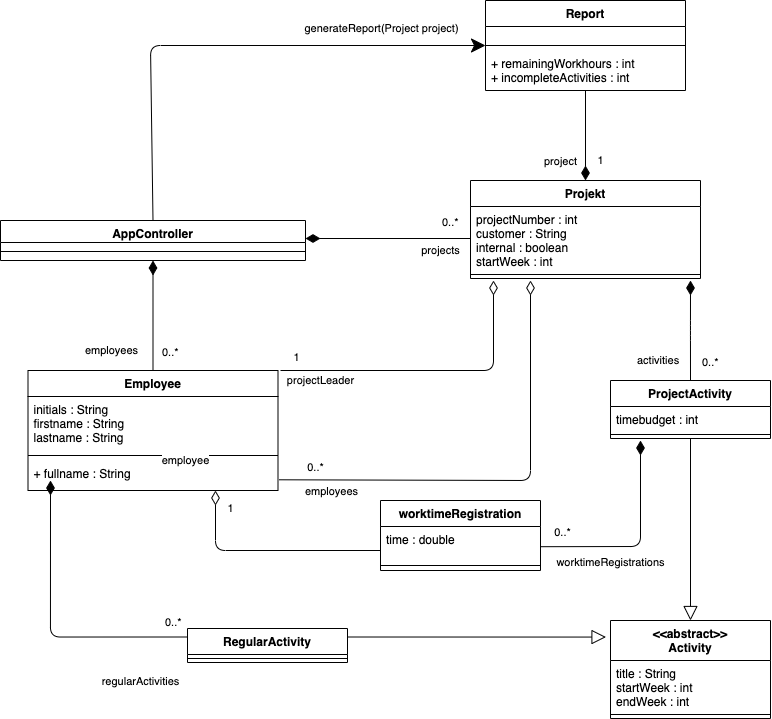
rwiuff/02161ExamProject keeps this draw.io diagram as RequirementsAndDesign/Diagrams/Klassediagram_eng.png. Above is the earlier version. Source tidied: cells renumbered, new cells last; positions are measured from the earlier drawing's top-left corner, leaving out a move shared by most shapes.
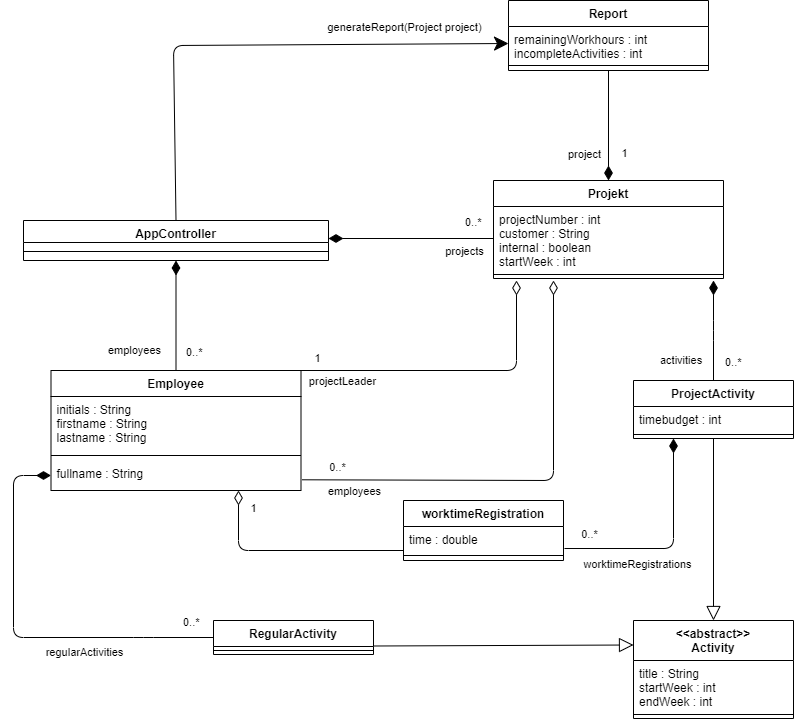
The same file after the commit.

The edit, as a diff of the source:
```diff
@@ -9,17 +9,14 @@
       <mxGeometry y="22" width="305" height="18" as="geometry" />
     </mxCell>
     <mxCell id="4" value="Report" style="swimlane;fontStyle=1;align=center;verticalAlign=top;horizontal=1;startSize=26;" parent="1" vertex="1">
-      <mxGeometry x="485" width="200" height="90" as="geometry" />
+      <mxGeometry x="485" width="200" height="70" as="geometry" />
     </mxCell>
-    <mxCell id="5" value="&#10;" style="text;strokeColor=none;fillColor=none;align=left;verticalAlign=top;spacingLeft=4;spacingRight=4;overflow=hidden;points=[[0,0.5],[1,0.5]];portConstraint=eastwest;" parent="4" vertex="1">
-      <mxGeometry y="26" width="200" height="14" as="geometry" />
+    <mxCell id="5" value="remainingWorkhours : int&#10;incompleteActivities : int" style="text;strokeColor=none;fillColor=none;align=left;verticalAlign=top;spacingLeft=4;spacingRight=4;overflow=hidden;points=[[0,0.5],[1,0.5]];portConstraint=eastwest;" parent="4" vertex="1">
+      <mxGeometry y="26" width="200" height="34" as="geometry" />
     </mxCell>
     <mxCell id="6" style="line;strokeWidth=1;fillColor=none;align=left;verticalAlign=middle;spacingTop=-1;spacingLeft=3;spacingRight=3;labelPosition=right;strokeColor=inherit;" parent="4" vertex="1">
-      <mxGeometry y="40" width="200" height="10" as="geometry" />
+      <mxGeometry y="60" width="200" height="10" as="geometry" />
     </mxCell>
-    <mxCell id="7" value="+ remainingWorkhours : int&#10;+ incompleteActivities : int" style="text;strokeColor=none;fillColor=none;align=left;verticalAlign=top;spacingLeft=4;spacingRight=4;overflow=hidden;" parent="4" vertex="1">
-      <mxGeometry y="50" width="200" height="40" as="geometry" />
-    </mxCell>
     <mxCell id="8" value="Projekt" style="swimlane;fontStyle=1;align=center;verticalAlign=top;horizontal=1;startSize=26;" parent="1" vertex="1">
       <mxGeometry x="470" y="180" width="230" height="98" as="geometry" />
     </mxCell>
@@ -38,12 +35,6 @@
     <mxCell id="13" style="line;strokeWidth=1;fillColor=none;align=left;verticalAlign=middle;spacingTop=-1;spacingLeft=3;spacingRight=3;labelPosition=right;strokeColor=inherit;" parent="11" vertex="1">
       <mxGeometry y="90" width="160" height="8" as="geometry" />
     </mxCell>
-    <mxCell id="14" value="RegularActivity" style="swimlane;fontStyle=1;align=center;verticalAlign=top;horizontal=1;startSize=26;" parent="1" vertex="1">
-      <mxGeometry x="187" y="628" width="160" height="34" as="geometry" />
-    </mxCell>
-    <mxCell id="15" style="line;strokeWidth=1;fillColor=none;align=left;verticalAlign=middle;spacingTop=-1;spacingLeft=3;spacingRight=3;labelPosition=right;strokeColor=inherit;" parent="14" vertex="1">
-      <mxGeometry y="26" width="160" height="8" as="geometry" />
-    </mxCell>
     <mxCell id="16" value="ProjectActivity" style="swimlane;fontStyle=1;align=center;verticalAlign=top;horizontal=1;startSize=26;" parent="1" vertex="1">
       <mxGeometry x="610" y="380" width="160" height="58" as="geometry" />
     </mxCell>
@@ -53,7 +44,7 @@
     <mxCell id="18" style="line;strokeWidth=1;fillColor=none;align=left;verticalAlign=middle;spacingTop=-1;spacingLeft=3;spacingRight=3;labelPosition=right;strokeColor=inherit;" parent="16" vertex="1">
       <mxGeometry y="50" width="160" height="8" as="geometry" />
     </mxCell>
-    <mxCell id="19" style="endArrow=block;endSize=12;endFill=0;html=1;exitX=1;exitY=0.25;exitDx=0;exitDy=0;entryX=-0.028;entryY=0.169;entryDx=0;entryDy=0;entryPerimeter=0;" parent="1" edge="1" source="14" target="11">
+    <mxCell id="19" style="endArrow=block;endSize=12;endFill=0;html=1;exitX=1;exitY=0.75;exitDx=0;exitDy=0;entryX=0;entryY=0.25;entryDx=0;entryDy=0;" parent="1" edge="1" source="14" target="11">
       <mxGeometry relative="1" as="geometry" />
     </mxCell>
     <mxCell id="20" style="endArrow=block;endSize=12;endFill=0;html=1;entryX=0.5;entryY=0;entryDx=0;entryDy=0;exitX=0.5;exitY=1;exitDx=0;exitDy=0;" parent="1" edge="1" source="16" target="11">
@@ -77,20 +68,21 @@
     <mxCell id="24" style="line;strokeWidth=1;fillColor=none;align=left;verticalAlign=middle;spacingTop=-1;spacingLeft=3;spacingRight=3;labelPosition=right;strokeColor=inherit;" parent="22" vertex="1">
       <mxGeometry y="80" width="250" height="10" as="geometry" />
     </mxCell>
-    <mxCell id="25" value="+ fullname : String" style="text;strokeColor=none;fillColor=none;align=left;verticalAlign=top;spacingLeft=4;spacingRight=4;overflow=hidden;points=[[0,0.5],[1,0.5]];portConstraint=eastwest;" parent="22" vertex="1">
+    <mxCell id="25" value="fullname : String" style="text;strokeColor=none;fillColor=none;align=left;verticalAlign=top;spacingLeft=4;spacingRight=4;overflow=hidden;points=[[0,0.5],[1,0.5]];portConstraint=eastwest;" parent="22" vertex="1">
       <mxGeometry y="90" width="250" height="30" as="geometry" />
     </mxCell>
-    <mxCell id="26" value="0..*" style="endArrow=none;html=1;endSize=12;startArrow=diamondThin;startSize=12;startFill=1;edgeStyle=orthogonalEdgeStyle;align=left;verticalAlign=bottom;entryX=0;entryY=0.25;entryDx=0;entryDy=0;endFill=0;" parent="1" edge="1" target="14">
+    <mxCell id="26" value="0..*" style="endArrow=none;html=1;endSize=12;startArrow=diamondThin;startSize=12;startFill=1;edgeStyle=orthogonalEdgeStyle;align=left;verticalAlign=bottom;entryX=0;entryY=0.5;entryDx=0;entryDy=0;endFill=0;exitX=0;exitY=0.5;exitDx=0;exitDy=0;" parent="1" edge="1" source="25" target="14">
       <mxGeometry x="0.84" y="6" relative="1" as="geometry">
-        <mxPoint x="50" y="480" as="sourcePoint" />
         <Array as="points">
-          <mxPoint x="50" y="636" />
+          <mxPoint x="-10" y="475" />
+          <mxPoint x="-10" y="637" />
+          <mxPoint x="120" y="637" />
         </Array>
       </mxGeometry>
     </mxCell>
     <mxCell id="27" value="regularActivities" style="edgeLabel;html=1;align=center;verticalAlign=middle;" parent="26" vertex="1">
       <mxGeometry x="-0.34" y="1" relative="1" as="geometry">
-        <mxPoint x="89" y="104" as="offset" />
+        <mxPoint x="69" y="83" as="offset" />
       </mxGeometry>
     </mxCell>
     <mxCell id="28" style="endArrow=none;endFill=0;html=1;edgeStyle=orthogonalEdgeStyle;align=left;verticalAlign=top;entryX=0.5;entryY=0;entryDx=0;entryDy=0;exitX=0.5;exitY=1;exitDx=0;exitDy=0;startArrow=diamondThin;startFill=1;startSize=12;endSize=12;" parent="1" edge="1" source="2" target="22">
@@ -143,9 +135,8 @@
         <mxPoint x="-102" y="-13" as="offset" />
       </mxGeometry>
     </mxCell>
-    <mxCell id="38" style="endArrow=diamondThin;html=1;startSize=12;endSize=12;startArrow=none;startFill=0;endFill=0;" parent="1" edge="1">
+    <mxCell id="38" style="endArrow=diamondThin;html=1;startSize=12;endSize=12;startArrow=none;startFill=0;endFill=0;exitX=1;exitY=0;exitDx=0;exitDy=0;" parent="1" edge="1" source="22">
       <mxGeometry relative="1" as="geometry">
-        <mxPoint x="280" y="370" as="sourcePoint" />
         <mxPoint x="493" y="280" as="targetPoint" />
         <Array as="points">
           <mxPoint x="493" y="370" />
@@ -162,7 +153,7 @@
         <mxPoint x="-77" y="-13" as="offset" />
       </mxGeometry>
     </mxCell>
-    <mxCell id="41" style="endArrow=classic;html=1;startSize=12;endSize=12;exitX=0.5;exitY=0;exitDx=0;exitDy=0;entryX=0;entryY=0.5;entryDx=0;entryDy=0;orthogonal=1;endFill=1;" parent="1" edge="1" source="2" target="4">
+    <mxCell id="41" style="endArrow=classic;html=1;startSize=12;endSize=12;exitX=0.5;exitY=0;exitDx=0;exitDy=0;orthogonal=1;endFill=1;entryX=0;entryY=0.5;entryDx=0;entryDy=0;" parent="1" edge="1" source="2" target="5">
       <mxGeometry relative="1" as="geometry">
         <Array as="points">
           <mxPoint x="150" y="45" />
@@ -188,19 +179,18 @@
       </mxGeometry>
     </mxCell>
     <mxCell id="46" value="worktimeRegistration" style="swimlane;fontStyle=1;align=center;verticalAlign=top;horizontal=1;startSize=26;" parent="1" vertex="1">
-      <mxGeometry x="380" y="500" width="160" height="70" as="geometry" />
+      <mxGeometry x="380" y="500" width="160" height="60" as="geometry" />
     </mxCell>
     <mxCell id="47" value="time : double" style="text;strokeColor=none;fillColor=none;align=left;verticalAlign=top;spacingLeft=4;spacingRight=4;overflow=hidden;points=[[0,0.5],[1,0.5]];portConstraint=eastwest;" parent="46" vertex="1">
-      <mxGeometry y="26" width="160" height="34" as="geometry" />
+      <mxGeometry y="26" width="160" height="24" as="geometry" />
     </mxCell>
     <mxCell id="48" style="line;strokeWidth=1;fillColor=none;align=left;verticalAlign=middle;spacingTop=-1;spacingLeft=3;spacingRight=3;labelPosition=right;strokeColor=inherit;" parent="46" vertex="1">
-      <mxGeometry y="60" width="160" height="10" as="geometry" />
+      <mxGeometry y="50" width="160" height="10" as="geometry" />
     </mxCell>
-    <mxCell id="49" style="endArrow=diamondThin;html=1;startSize=12;endSize=12;exitX=0.997;exitY=0.594;exitDx=0;exitDy=0;exitPerimeter=0;startArrow=none;startFill=0;endFill=1;" parent="1" edge="1" source="47">
+    <mxCell id="49" style="endArrow=diamondThin;html=1;startSize=12;endSize=12;exitX=1.006;exitY=0.917;exitDx=0;exitDy=0;exitPerimeter=0;startArrow=none;startFill=0;endFill=1;entryX=0.25;entryY=1;entryDx=0;entryDy=0;" parent="1" edge="1" source="47" target="16">
       <mxGeometry relative="1" as="geometry">
-        <mxPoint x="640" y="440" as="targetPoint" />
         <Array as="points">
-          <mxPoint x="640" y="546" />
+          <mxPoint x="650" y="548" />
         </Array>
       </mxGeometry>
     </mxCell>
@@ -222,10 +212,11 @@
         </Array>
       </mxGeometry>
     </mxCell>
-    <mxCell id="53" value="employee" style="edgeLabel;html=1;align=center;verticalAlign=middle;" parent="52" vertex="1">
-      <mxGeometry x="0.81" y="1" relative="1" as="geometry">
-        <mxPoint x="-174" y="-89" as="offset" />
-      </mxGeometry>
-    </mxCell>
+    <mxCell id="14" value="RegularActivity" style="swimlane;fontStyle=1;align=center;verticalAlign=top;horizontal=1;startSize=26;" parent="1" vertex="1">
+      <mxGeometry x="190" y="620" width="160" height="34" as="geometry" />
+    </mxCell>
+    <mxCell id="15" style="line;strokeWidth=1;fillColor=none;align=left;verticalAlign=middle;spacingTop=-1;spacingLeft=3;spacingRight=3;labelPosition=right;strokeColor=inherit;" parent="14" vertex="1">
+      <mxGeometry y="26" width="160" height="8" as="geometry" />
+    </mxCell>
   </root>
 </mxGraphModel>
```
